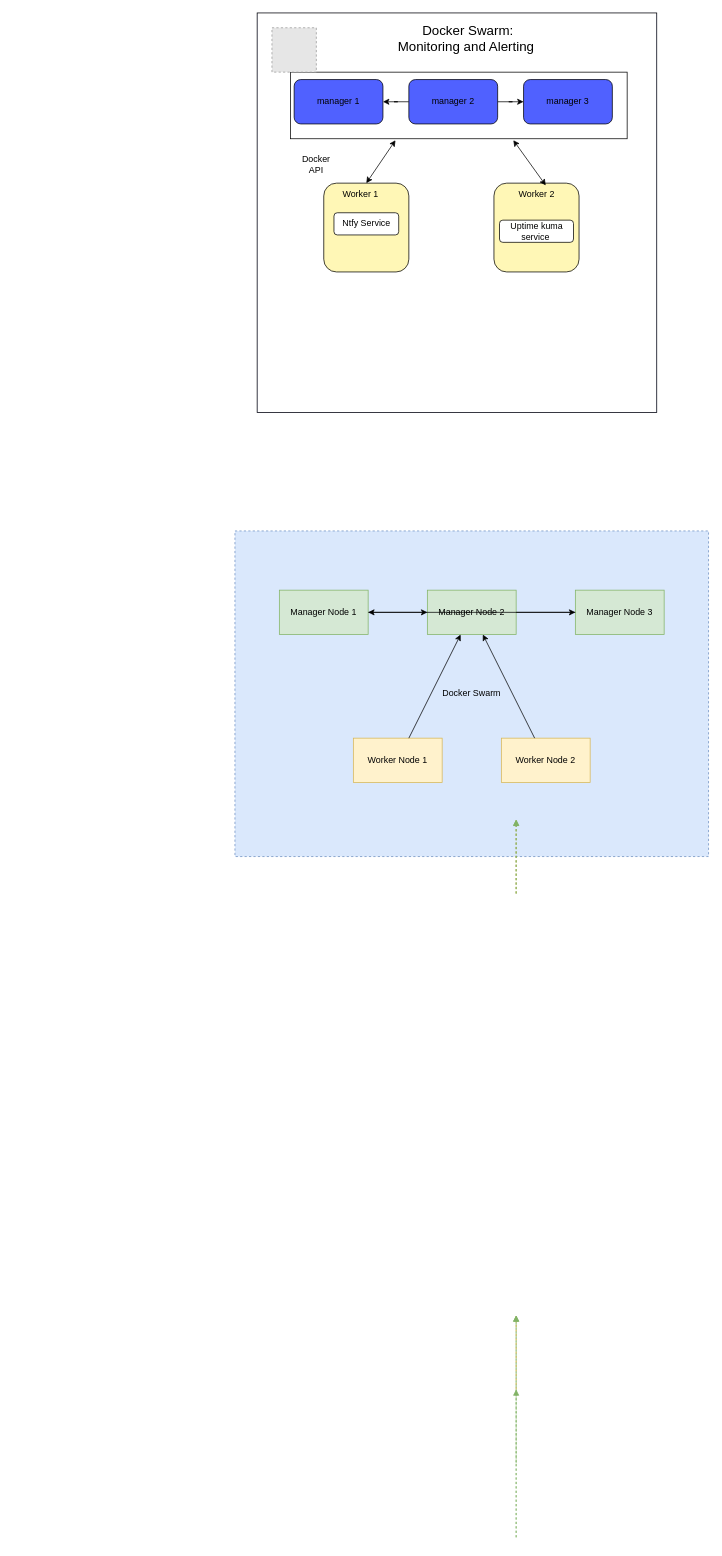
This is Untitled Diagram.drawio from aaiyanna1/drawio, a draw.io file, before an edit. Source tidied: cells renumbered, new cells numbered last; positions are measured from the earlier drawing's top-left corner, leaving out a move shared by most shapes. Both pictures are drawn from the tidied source at 74%, with x=0, y=0 at pixel (235, 13). Pictures stored in the file or linked from it are replaced by grey dashed boxes.
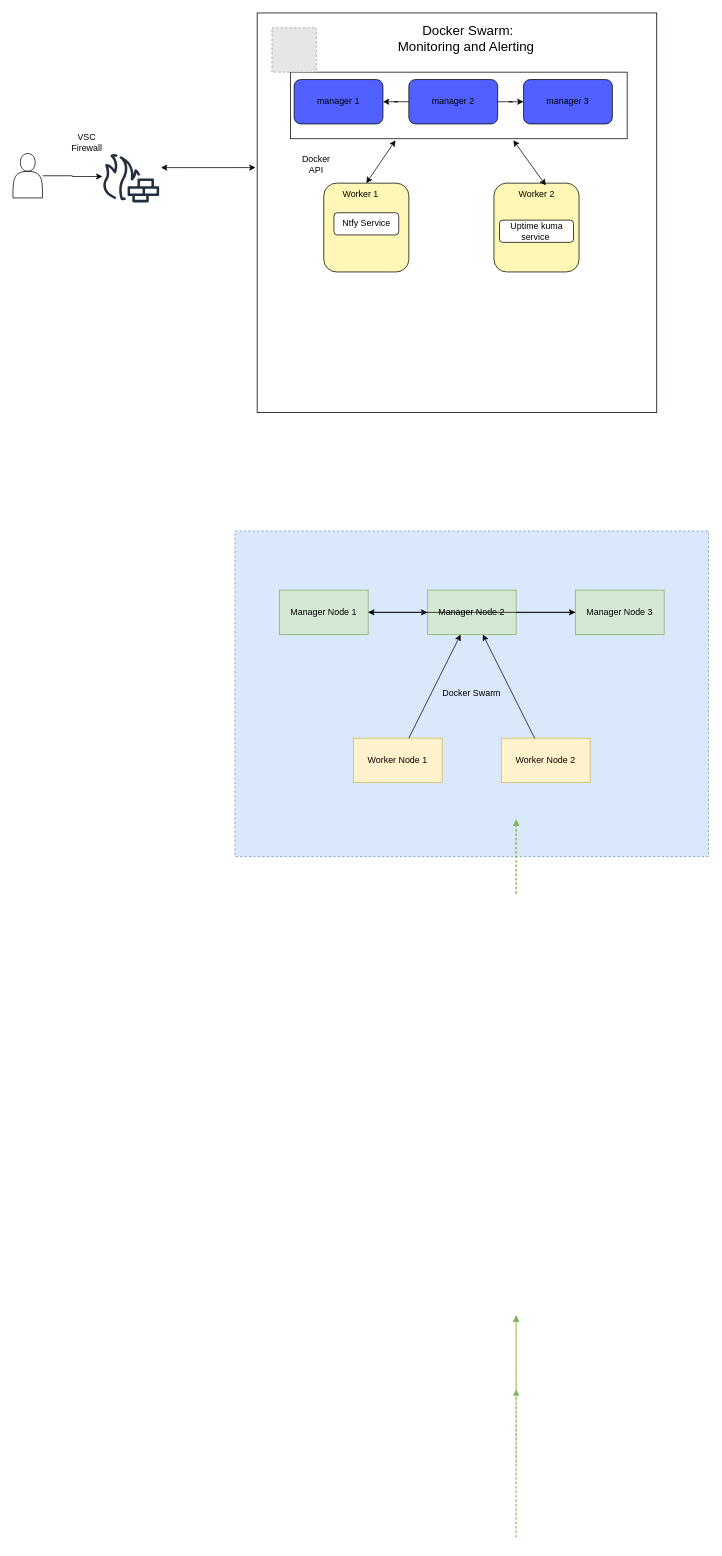
The same diagram, later.

Unchanged cells that the change refers to:
```xml
<mxCell id="3" style="whiteSpace=wrap;html=1;" parent="2" vertex="1">
  <mxGeometry width="540" height="540" as="geometry" />
</mxCell>
```

The edit, as a diff of the source:
```diff
@@
+    <mxCell id="46" style="group;" parent="1" vertex="1">
+      <mxGeometry x="-300" y="160" width="198" height="96" as="geometry" />
+    </mxCell>
+    <mxCell id="47" style="sketch=0;outlineConnect=0;fontColor=#232F3E;gradientColor=none;fillColor=#232F3D;strokeColor=none;dashed=0;verticalLabelPosition=bottom;verticalAlign=top;align=center;html=1;fontSize=12;fontStyle=0;shape=mxgraph.aws4.generic_firewall;" parent="46" vertex="1">
+      <mxGeometry x="120" y="30" width="78" height="66" as="geometry" />
+    </mxCell>
+    <mxCell id="48" value="VSC Firewall" style="text;html=1;whiteSpace=wrap;strokeColor=none;fillColor=none;align=center;verticalAlign=middle;rounded=0;" parent="46" vertex="1">
+      <mxGeometry x="70" width="60" height="30" as="geometry" />
+    </mxCell>
+    <mxCell id="49" style="shape=actor;whiteSpace=wrap;html=1;" parent="46" vertex="1">
+      <mxGeometry y="30" width="40" height="60" as="geometry" />
+    </mxCell>
+    <mxCell id="50" style="edgeStyle=orthogonalEdgeStyle;rounded=0;jettySize=auto;html=1;entryX=0.007;entryY=0.47;entryDx=0;entryDy=0;entryPerimeter=0;" parent="46" edge="1" source="49" target="47">
+      <mxGeometry relative="1" as="geometry" />
+    </mxCell>
+    <mxCell id="51" style="endArrow=classic;startArrow=classic;html=1;rounded=0;entryX=-0.004;entryY=0.387;entryDx=0;entryDy=0;entryPerimeter=0;" parent="1" edge="1" target="3">
+      <mxGeometry relative="1" as="geometry">
+        <mxPoint x="-100" y="209" as="sourcePoint" />
+      </mxGeometry>
+    </mxCell>
```
